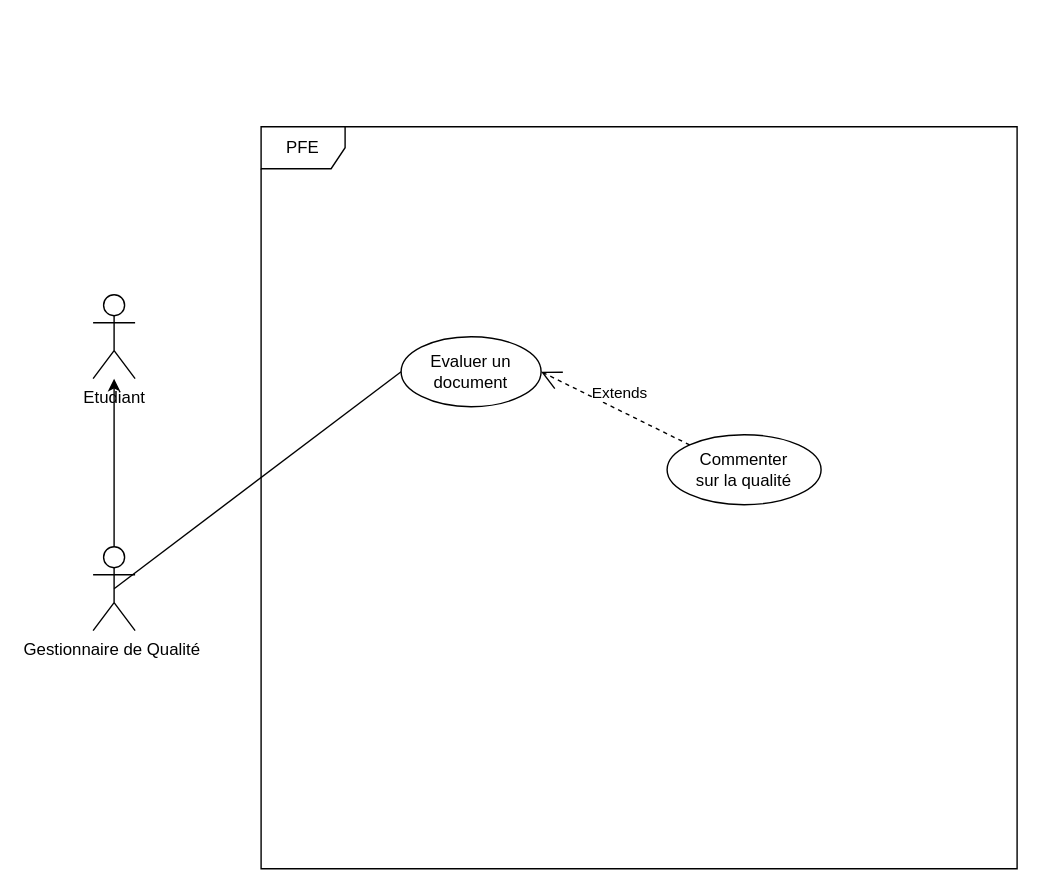
Earlier version of the draw.io diagram diagrams/useCaseGestionnaireDeQualité.drawio (stormsidali2001/PFE_third_year_school_project_front). Source tidied: cells renumbered, new cells numbered last; positions are measured from the earlier drawing's top-left corner, leaving out a move shared by most shapes. Both pictures are drawn from the tidied source at 140%, with x=0, y=0 at pixel (92, 126).
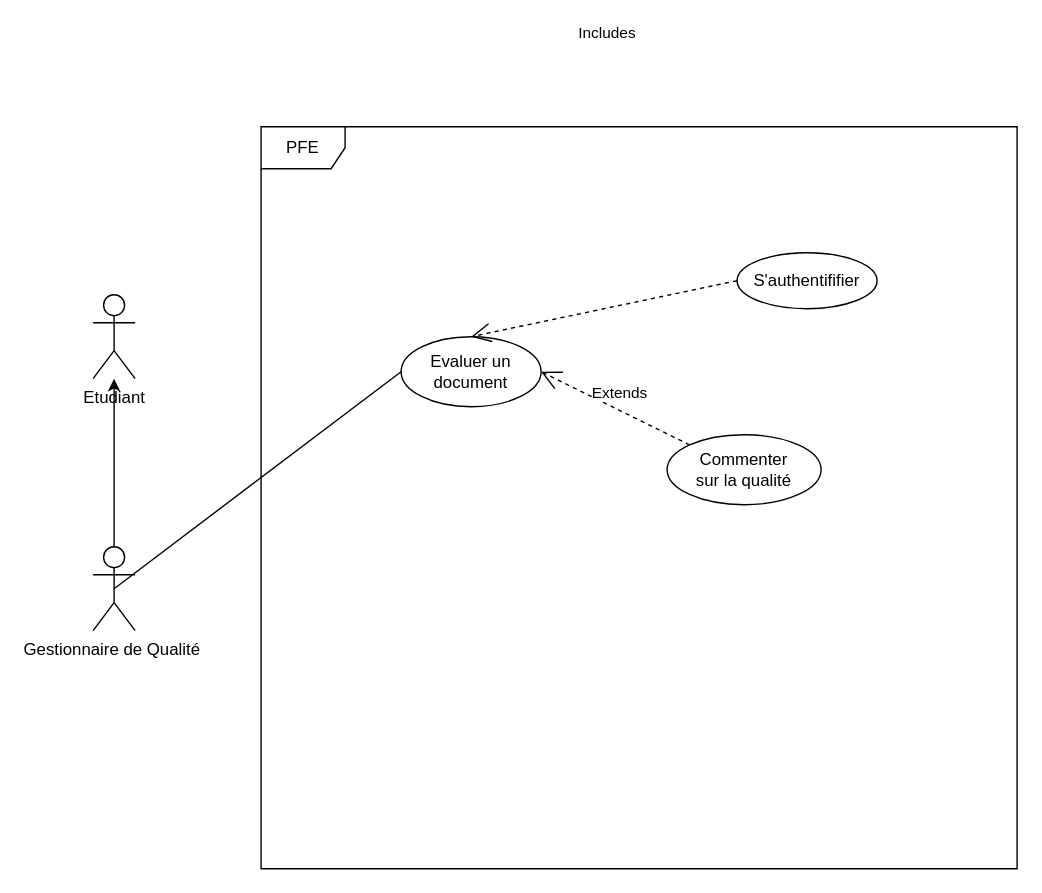
The same page after the edit.

Diff of the diagram source:
```diff
@@
 <mxGraphModel>
   <root>
     <mxCell id="0" />
     <mxCell id="1" parent="0" />
     <mxCell id="2" style="edgeStyle=orthogonalEdgeStyle;rounded=0;jettySize=auto;html=1;" parent="1" edge="1" source="3" target="9">
       <mxGeometry relative="1" as="geometry" />
     </mxCell>
     <mxCell id="3" value="Gestionnaire de Qualit&lt;span&gt;é&amp;nbsp;&lt;/span&gt;" style="shape=umlActor;verticalLabelPosition=bottom;verticalAlign=top;html=1;outlineConnect=0;" parent="1" vertex="1">
       <mxGeometry y="300" width="30" height="60" as="geometry" />
     </mxCell>
     <mxCell id="4" value="PFE" style="shape=umlFrame;whiteSpace=wrap;html=1;" parent="1" vertex="1">
       <mxGeometry x="120" width="540" height="530" as="geometry" />
     </mxCell>
     <mxCell id="5" value="Evaluer un document" style="ellipse;whiteSpace=wrap;html=1;" parent="1" vertex="1">
       <mxGeometry x="220" y="150" width="100" height="50" as="geometry" />
     </mxCell>
     <mxCell id="6" value="Commenter &lt;br&gt;sur la qualité " style="ellipse;whiteSpace=wrap;html=1;" parent="1" vertex="1">
       <mxGeometry x="410" y="220" width="110" height="50" as="geometry" />
     </mxCell>
     <mxCell id="7" style="endArrow=none;html=1;rounded=0;exitX=0.5;exitY=0.5;exitDx=0;exitDy=0;exitPerimeter=0;entryX=0;entryY=0.5;entryDx=0;entryDy=0;" parent="1" edge="1" source="3" target="5">
       <mxGeometry relative="1" as="geometry" />
     </mxCell>
     <mxCell id="8" value="Extends" style="endArrow=open;endSize=12;dashed=1;html=1;rounded=0;exitX=0;exitY=0;exitDx=0;exitDy=0;entryX=1;entryY=0.5;entryDx=0;entryDy=0;" parent="1" edge="1" source="6" target="5">
       <mxGeometry x="0.03" y="-11" relative="1" as="geometry" />
     </mxCell>
     <mxCell id="9" value="Etudiant" style="shape=umlActor;verticalLabelPosition=bottom;verticalAlign=top;html=1;outlineConnect=0;" parent="1" vertex="1">
       <mxGeometry y="120" width="30" height="60" as="geometry" />
     </mxCell>
+    <mxCell id="10" value="S'authentififier" style="ellipse;whiteSpace=wrap;html=1;" parent="1" vertex="1">
+      <mxGeometry x="460" y="90" width="100" height="40" as="geometry" />
+    </mxCell>
+    <mxCell id="11" value="Includes" style="endArrow=open;endSize=12;dashed=1;html=1;rounded=0;entryX=0.5;entryY=0;entryDx=0;entryDy=0;exitX=0;exitY=0.5;exitDx=0;exitDy=0;" parent="1" edge="1" source="10" target="5">
+      <mxGeometry x="-0.43" y="-192" relative="1" as="geometry" />
+    </mxCell>
   </root>
 </mxGraphModel>
```
